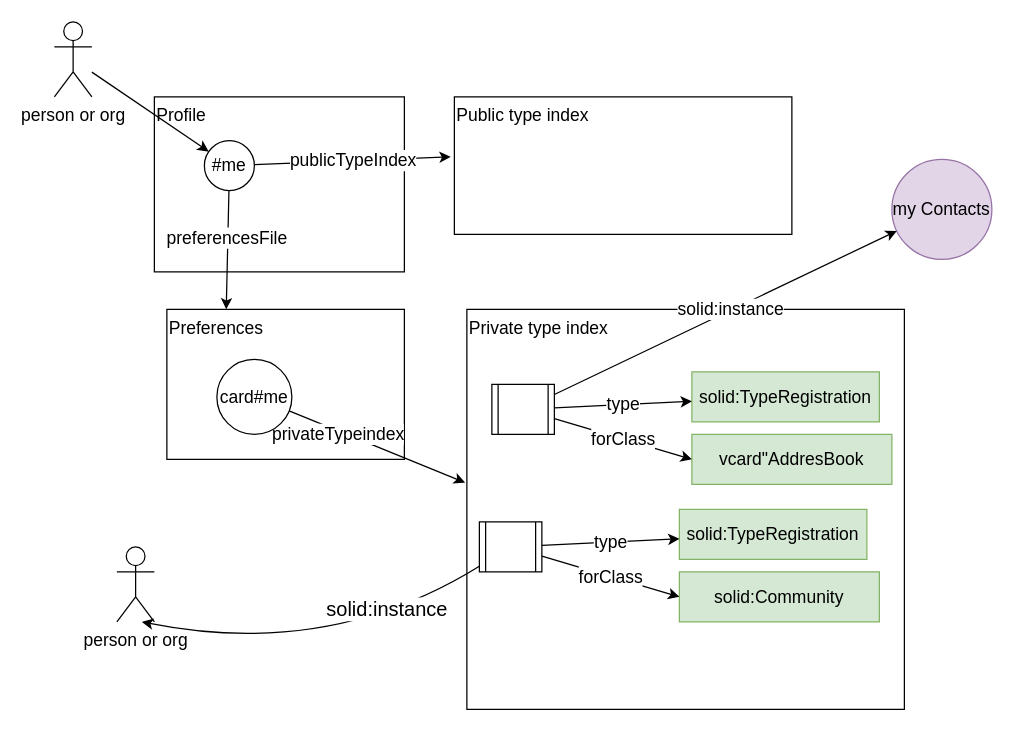
Earlier version of the draw.io diagram diagrams/type-indexes.drawio (solid/webid-profile). Source tidied: cells renumbered, new cells numbered last; positions are measured from the earlier drawing's top-left corner, leaving out a move shared by most shapes. Both pictures are drawn from the tidied source at 125%, with x=0, y=0 at pixel (54, 21).
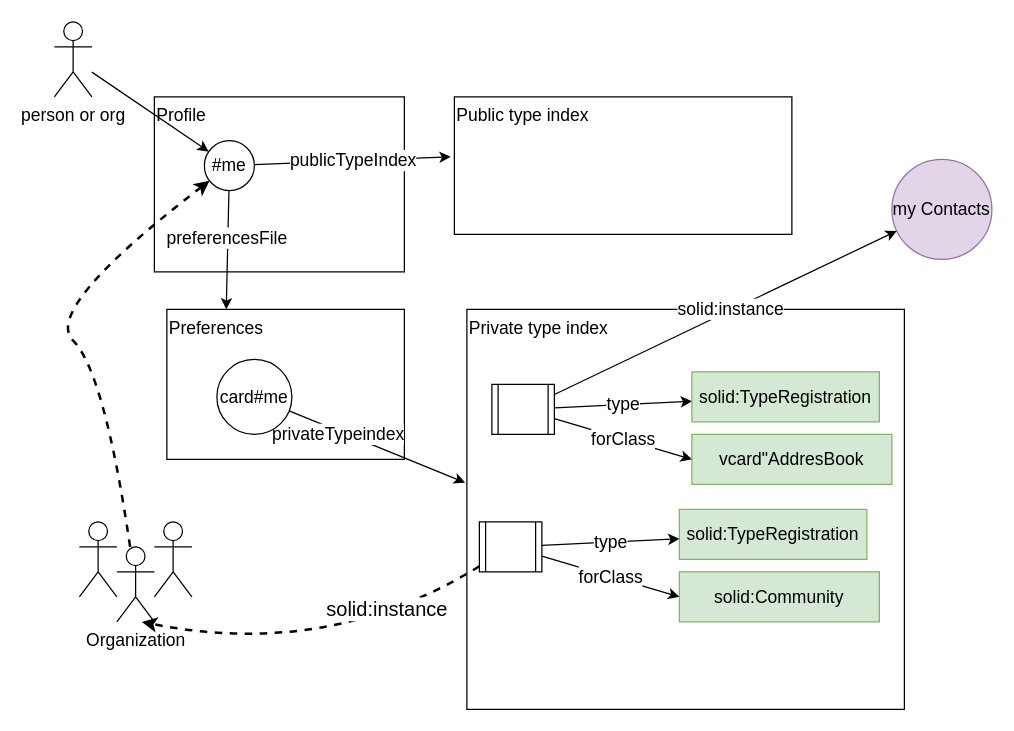
The same diagram, later.

Commit message (it also covers changes not shown here):
Add loop back to profile of community

The change refers to these unchanged cells:
```xml
<mxCell id="6" value="#me" style="ellipse;whiteSpace=wrap;html=1;fontSize=14;" parent="1" vertex="1">
  <mxGeometry x="120" y="95" width="40" height="40" as="geometry" />
</mxCell>
<mxCell id="24" style="shape=process;whiteSpace=wrap;html=1;backgroundOutline=1;fontSize=14;" parent="1" vertex="1">
  <mxGeometry x="340" y="400" width="50" height="40" as="geometry" />
</mxCell>
```

Change to the diagram source:
```diff
@@
-    <mxCell id="28" style="curved=1;endArrow=classic;html=1;rounded=0;fontSize=14;" parent="1" edge="1" source="24" target="30">
+    <mxCell id="28" style="curved=1;endArrow=classic;html=1;rounded=0;fontSize=14;strokeWidth=2;dashed=1;" parent="1" edge="1" source="24" target="30">
       <mxGeometry relative="1" as="geometry">
         <Array as="points">
           <mxPoint x="220" y="510" />
           <mxPoint x="70" y="480" />
         </Array>
       </mxGeometry>
     </mxCell>
@@
-    <mxCell id="30" value="person or org" style="shape=umlActor;verticalLabelPosition=bottom;verticalAlign=top;html=1;outlineConnect=0;fontSize=14;" parent="1" vertex="1">
+    <mxCell id="30" value="Organization" style="shape=umlActor;verticalLabelPosition=bottom;verticalAlign=top;html=1;outlineConnect=0;fontSize=14;" parent="1" vertex="1">
       <mxGeometry x="50" y="420" width="30" height="60" as="geometry" />
     </mxCell>
+    <mxCell id="31" style="shape=umlActor;verticalLabelPosition=bottom;verticalAlign=top;html=1;fontSize=16;" parent="1" vertex="1">
+      <mxGeometry x="20" y="400" width="30" height="60" as="geometry" />
+    </mxCell>
+    <mxCell id="32" style="shape=umlActor;verticalLabelPosition=bottom;verticalAlign=top;html=1;fontSize=16;" parent="1" vertex="1">
+      <mxGeometry x="80" y="400" width="30" height="60" as="geometry" />
+    </mxCell>
+    <mxCell id="33" style="curved=1;endArrow=classic;html=1;rounded=0;dashed=1;fontSize=16;strokeWidth=2;" parent="1" edge="1" source="30" target="6">
+      <mxGeometry relative="1" as="geometry">
+        <Array as="points">
+          <mxPoint x="40" y="280" />
+          <mxPoint x="-10" y="230" />
+        </Array>
+      </mxGeometry>
+    </mxCell>
```
